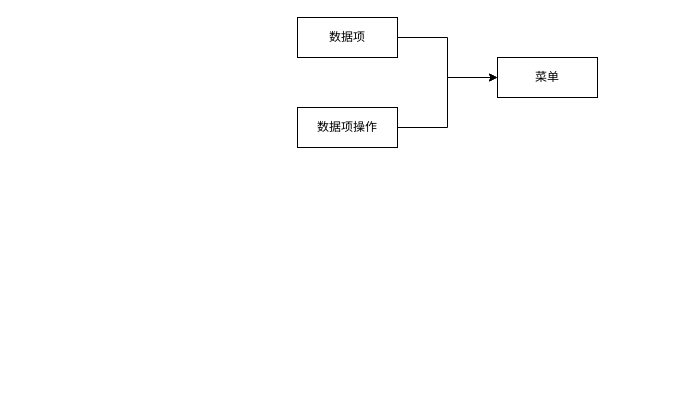
Before: page "授权方案二" (3 of 4) of 授权调整.drawio in 158698706/tt4a, a draw.io diagram. Source tidied: cells renumbered, new cells numbered last; positions are measured from the earlier drawing's top-left corner, leaving out a move shared by most shapes. Both pictures are drawn from the tidied source at 100%, with x=0, y=0 at pixel (297, 17).
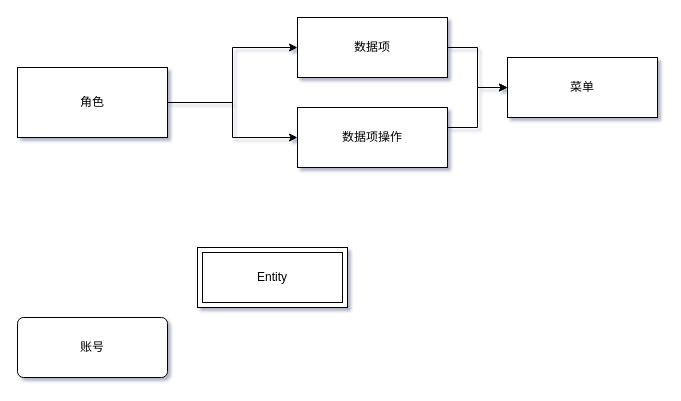
The same page after the edit.

Commit message (it also covers changes not shown here):
更新授权调整.drawio

The edit, as a diff of the source:
```diff
@@
-<mxGraphModel>
+<mxGraphModel background="#ffffff" shadow="1">
   <root>
     <mxCell id="0" />
     <mxCell id="1" parent="0" />
     <mxCell id="2" style="edgeStyle=orthogonalEdgeStyle;rounded=0;jettySize=auto;html=1;exitX=1;exitY=0.5;exitDx=0;exitDy=0;entryX=0;entryY=0.5;entryDx=0;entryDy=0;" parent="1" edge="1" source="3" target="6">
       <mxGeometry relative="1" as="geometry" />
     </mxCell>
     <mxCell id="3" value="数据项" style="whiteSpace=wrap;html=1;align=center;" parent="1" vertex="1">
-      <mxGeometry width="100" height="40" as="geometry" />
+      <mxGeometry width="150" height="60" as="geometry" />
     </mxCell>
     <mxCell id="4" style="edgeStyle=orthogonalEdgeStyle;rounded=0;jettySize=auto;html=1;exitX=1;exitY=0.5;exitDx=0;exitDy=0;entryX=0;entryY=0.5;entryDx=0;entryDy=0;" parent="1" edge="1" source="5" target="6">
       <mxGeometry relative="1" as="geometry">
         <Array as="points">
           <mxPoint x="150" y="110" />
-          <mxPoint x="150" y="60" />
+          <mxPoint x="180" y="110" />
+          <mxPoint x="180" y="70" />
         </Array>
       </mxGeometry>
     </mxCell>
     <mxCell id="5" value="数据项操作" style="whiteSpace=wrap;html=1;align=center;" parent="1" vertex="1">
-      <mxGeometry y="90" width="100" height="40" as="geometry" />
+      <mxGeometry y="90" width="150" height="60" as="geometry" />
     </mxCell>
     <mxCell id="6" value="菜单" style="whiteSpace=wrap;html=1;align=center;" parent="1" vertex="1">
-      <mxGeometry x="200" y="40" width="100" height="40" as="geometry" />
+      <mxGeometry x="210" y="40" width="150" height="60" as="geometry" />
     </mxCell>
+    <mxCell id="7" style="edgeStyle=orthogonalEdgeStyle;rounded=0;jettySize=auto;html=1;entryX=0;entryY=0.5;entryDx=0;entryDy=0;exitX=1;exitY=0.5;exitDx=0;exitDy=0;" parent="1" edge="1" source="9" target="3">
+      <mxGeometry relative="1" as="geometry" />
+    </mxCell>
+    <mxCell id="8" style="edgeStyle=orthogonalEdgeStyle;rounded=0;jettySize=auto;html=1;entryX=0;entryY=0.5;entryDx=0;entryDy=0;" parent="1" edge="1" source="9" target="5">
+      <mxGeometry relative="1" as="geometry" />
+    </mxCell>
+    <mxCell id="9" value="角色" style="whiteSpace=wrap;html=1;align=center;" parent="1" vertex="1">
+      <mxGeometry x="-280" y="50" width="150" height="70" as="geometry" />
+    </mxCell>
+    <mxCell id="10" value="账号" style="rounded=1;arcSize=10;whiteSpace=wrap;html=1;align=center;" parent="1" vertex="1">
+      <mxGeometry x="-280" y="300" width="150" height="60" as="geometry" />
+    </mxCell>
+    <mxCell id="11" value="Entity" style="shape=ext;margin=3;double=1;whiteSpace=wrap;html=1;align=center;" parent="1" vertex="1">
+      <mxGeometry x="-100" y="230" width="150" height="60" as="geometry" />
+    </mxCell>
   </root>
 </mxGraphModel>
```
